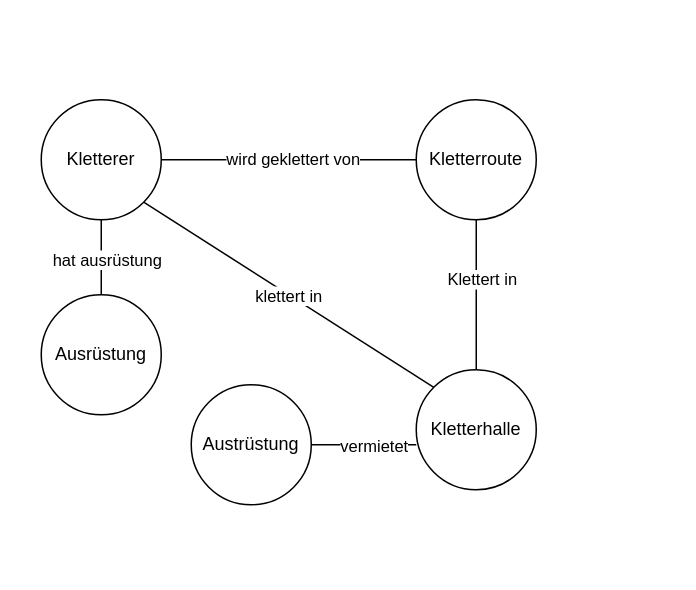
Earlier version of the draw.io diagram KN-N-01/KN-N-01.drawio (AdrianTBZ/M165). Source tidied: cells renumbered, new cells numbered last; positions are measured from the earlier drawing's top-left corner, leaving out a move shared by most shapes. Both pictures are drawn from the tidied source at 150%, with x=0, y=0 at pixel (40, 99).
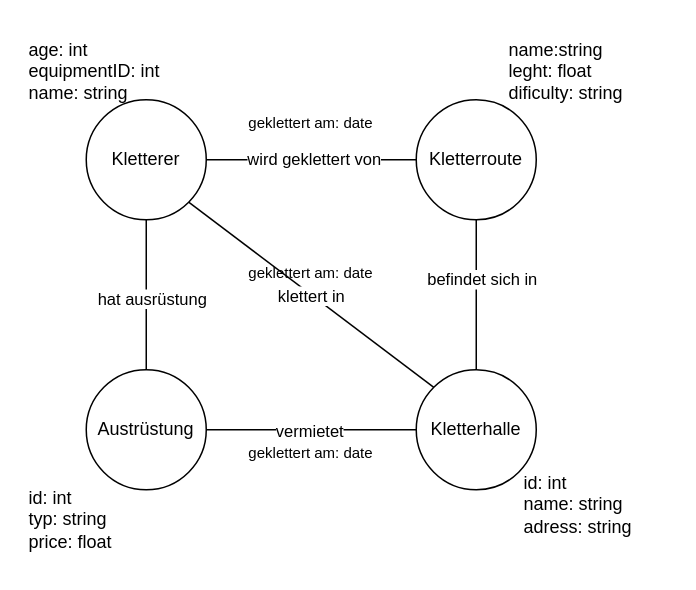
After the change.

The change refers to these unchanged cells:
```xml
<mxCell id="9" style="rounded=0;jettySize=auto;html=1;entryX=0.5;entryY=0;entryDx=0;entryDy=0;endArrow=none;startFill=0;" parent="1" edge="1" source="11" target="13">
  <mxGeometry relative="1" as="geometry" />
</mxCell>
<mxCell id="13" value="Kletterhalle" style="ellipse;whiteSpace=wrap;html=1;" parent="1" vertex="1">
  <mxGeometry x="250" y="180" width="80" height="80" as="geometry" />
</mxCell>
```

Diff of the diagram source:
```diff
@@
-    <mxCell id="2" style="rounded=0;jettySize=auto;html=1;endArrow=none;startFill=0;" parent="1" edge="1" source="6" target="12">
+    <mxCell id="2" style="rounded=0;jettySize=auto;html=1;endArrow=none;startFill=0;entryX=0.5;entryY=0;entryDx=0;entryDy=0;" parent="1" edge="1" source="6" target="14">
       <mxGeometry relative="1" as="geometry" />
     </mxCell>
@@
     <mxCell id="6" value="Kletterer" style="ellipse;whiteSpace=wrap;html=1;" parent="1" vertex="1">
-      <mxGeometry width="80" height="80" as="geometry" />
+      <mxGeometry x="30" width="80" height="80" as="geometry" />
     </mxCell>
@@
-    <mxCell id="10" value="Klettert in" style="edgeLabel;html=1;align=center;verticalAlign=middle;" parent="9" vertex="1">
+    <mxCell id="10" value="befindet sich in" style="edgeLabel;html=1;align=center;verticalAlign=middle;" parent="9" vertex="1">
       <mxGeometry x="-0.23" y="3" relative="1" as="geometry" />
     </mxCell>
@@
-    <mxCell id="12" value="Ausrüstung" style="ellipse;whiteSpace=wrap;html=1;" parent="1" vertex="1">
-      <mxGeometry y="130" width="80" height="80" as="geometry" />
-    </mxCell>
@@
     <mxCell id="14" value="Austrüstung" style="ellipse;whiteSpace=wrap;html=1;" parent="1" vertex="1">
-      <mxGeometry x="100" y="190" width="80" height="80" as="geometry" />
+      <mxGeometry x="30" y="180" width="80" height="80" as="geometry" />
     </mxCell>
-    <mxCell id="15" style="rounded=0;jettySize=auto;html=1;entryX=0;entryY=1;entryDx=0;entryDy=0;endArrow=none;startFill=0;exitX=1;exitY=0.5;exitDx=0;exitDy=0;" parent="1" edge="1" source="14">
-      <mxGeometry relative="1" as="geometry">
-        <mxPoint x="250" y="230" as="targetPoint" />
-      </mxGeometry>
+    <mxCell id="15" style="rounded=0;jettySize=auto;html=1;endArrow=none;startFill=0;exitX=1;exitY=0.5;exitDx=0;exitDy=0;entryX=0;entryY=0.5;entryDx=0;entryDy=0;" parent="1" edge="1" source="14" target="13">
+      <mxGeometry relative="1" as="geometry" />
     </mxCell>
@@
+    <mxCell id="17" value="age: int&lt;div&gt;equipmentID: int&lt;/div&gt;&lt;div&gt;name: string&lt;/div&gt;" style="text;html=1;align=left;verticalAlign=middle;strokeColor=none;fillColor=none;" parent="1" vertex="1">
+      <mxGeometry x="-10" y="-49" width="110" height="60" as="geometry" />
+    </mxCell>
+    <mxCell id="18" value="name:string&lt;div&gt;leght: float&lt;/div&gt;&lt;div&gt;dificulty: string&lt;/div&gt;" style="text;html=1;align=left;verticalAlign=middle;strokeColor=none;fillColor=none;" parent="1" vertex="1">
+      <mxGeometry x="310" y="-49" width="100" height="60" as="geometry" />
+    </mxCell>
+    <mxCell id="19" value="id: int&lt;div&gt;name: string&lt;/div&gt;&lt;div&gt;adress: string&lt;/div&gt;" style="text;html=1;align=left;verticalAlign=middle;strokeColor=none;fillColor=none;" parent="1" vertex="1">
+      <mxGeometry x="320" y="240" width="100" height="60" as="geometry" />
+    </mxCell>
+    <mxCell id="20" value="id: int&lt;div&gt;typ: string&lt;/div&gt;&lt;div&gt;price: float&lt;/div&gt;" style="text;html=1;align=left;verticalAlign=middle;strokeColor=none;fillColor=none;" parent="1" vertex="1">
+      <mxGeometry x="-10" y="250" width="80" height="60" as="geometry" />
+    </mxCell>
+    <mxCell id="21" value="&lt;font style=&quot;font-size: 10px;&quot;&gt;geklettert am: date&lt;/font&gt;" style="text;html=1;align=center;verticalAlign=middle;whiteSpace=wrap;rounded=0;" parent="1" vertex="1">
+      <mxGeometry x="110" width="140" height="30" as="geometry" />
+    </mxCell>
+    <mxCell id="22" value="&lt;font style=&quot;font-size: 10px;&quot;&gt;geklettert am: date&lt;/font&gt;" style="text;html=1;align=center;verticalAlign=middle;whiteSpace=wrap;rounded=0;" parent="1" vertex="1">
+      <mxGeometry x="110" y="100" width="140" height="30" as="geometry" />
+    </mxCell>
+    <mxCell id="23" value="&lt;font style=&quot;font-size: 10px;&quot;&gt;geklettert am: date&lt;/font&gt;" style="text;html=1;align=center;verticalAlign=middle;whiteSpace=wrap;rounded=0;" parent="1" vertex="1">
+      <mxGeometry x="110" y="220" width="140" height="30" as="geometry" />
+    </mxCell>
```
